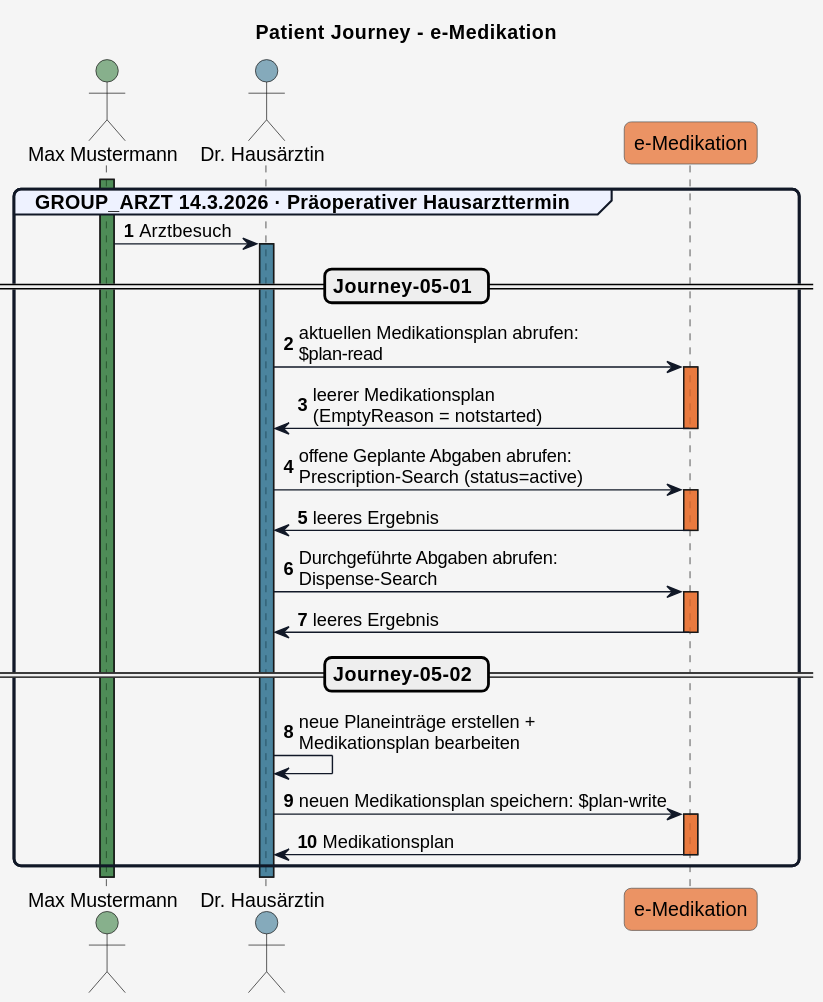
Earlier version of the PlantUML export r4-ELGA-e-Medikation-main/plantuml/patient_journey_05.svg (HL7Austria/hl7austria.github.io).
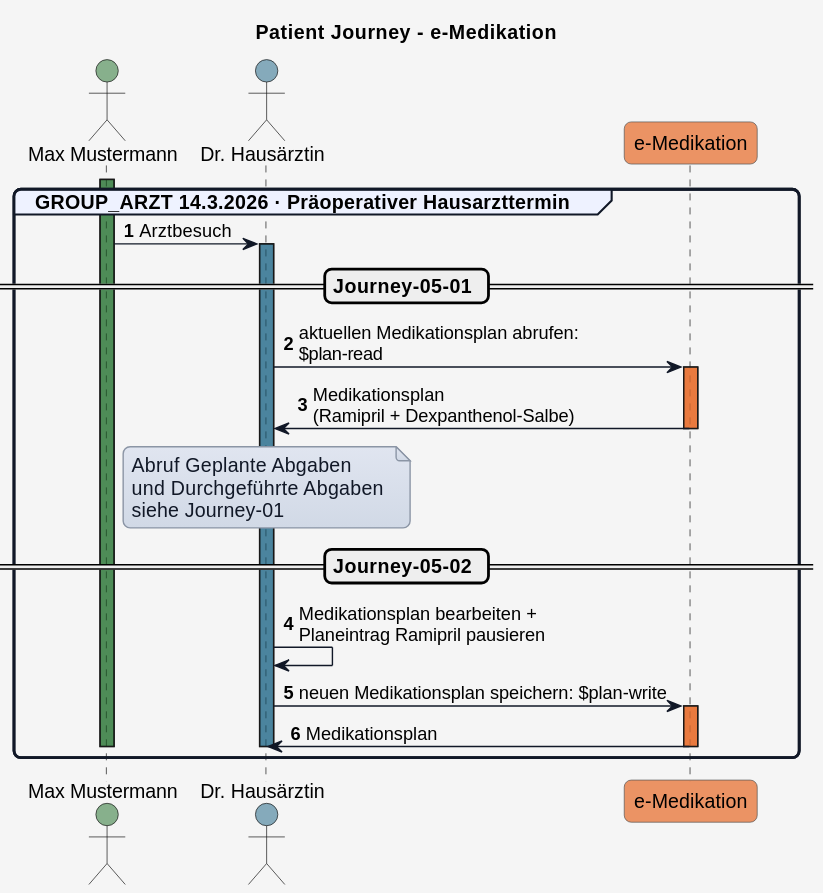
The same diagram one commit later.

Change to the diagram source:
```diff
@@ -68,24 +68,24 @@
 
   Arzt_1 -> eMed_FA: aktuellen Medikationsplan abrufen:\n$plan-read
   activate eMed_FA COLOR_EMED_FA
-  eMed_FA -> Arzt_1: leerer Medikationsplan\n(EmptyReason = notstarted)
+  eMed_FA -> Arzt_1: Medikationsplan\n(Ramipril + Dexpanthenol-Salbe)
   deactivate eMed_FA
-  Arzt_1 -> eMed_FA: offene Geplante Abgaben abrufen:\nPrescription-Search (status=active)
-  activate eMed_FA COLOR_EMED_FA
-  eMed_FA -> Arzt_1: leeres Ergebnis
-  deactivate eMed_FA
-  Arzt_1 -> eMed_FA: Durchgeführte Abgaben abrufen:\nDispense-Search
-  activate eMed_FA COLOR_EMED_FA
-  eMed_FA -> Arzt_1: leeres Ergebnis
+  note over Arzt_1
+  Abruf Geplante Abgaben
+  und Durchgeführte Abgaben
+  siehe Journey-01
+  end note
   deactivate eMed_FA
 
   == Journey-05-02 ==
 
-  Arzt_1 -> Arzt_1: neue Planeinträge erstellen +\nMedikationsplan bearbeiten
+  Arzt_1 -> Arzt_1: Medikationsplan bearbeiten +\nPlaneintrag Ramipril pausieren
   Arzt_1 -> eMed_FA: neuen Medikationsplan speichern: $plan-write
   activate eMed_FA COLOR_EMED_FA
   eMed_FA -> Arzt_1: Medikationsplan
   deactivate eMed_FA
+  deactivate Patient
+  deactivate Arzt_1
 
 
 end
```
